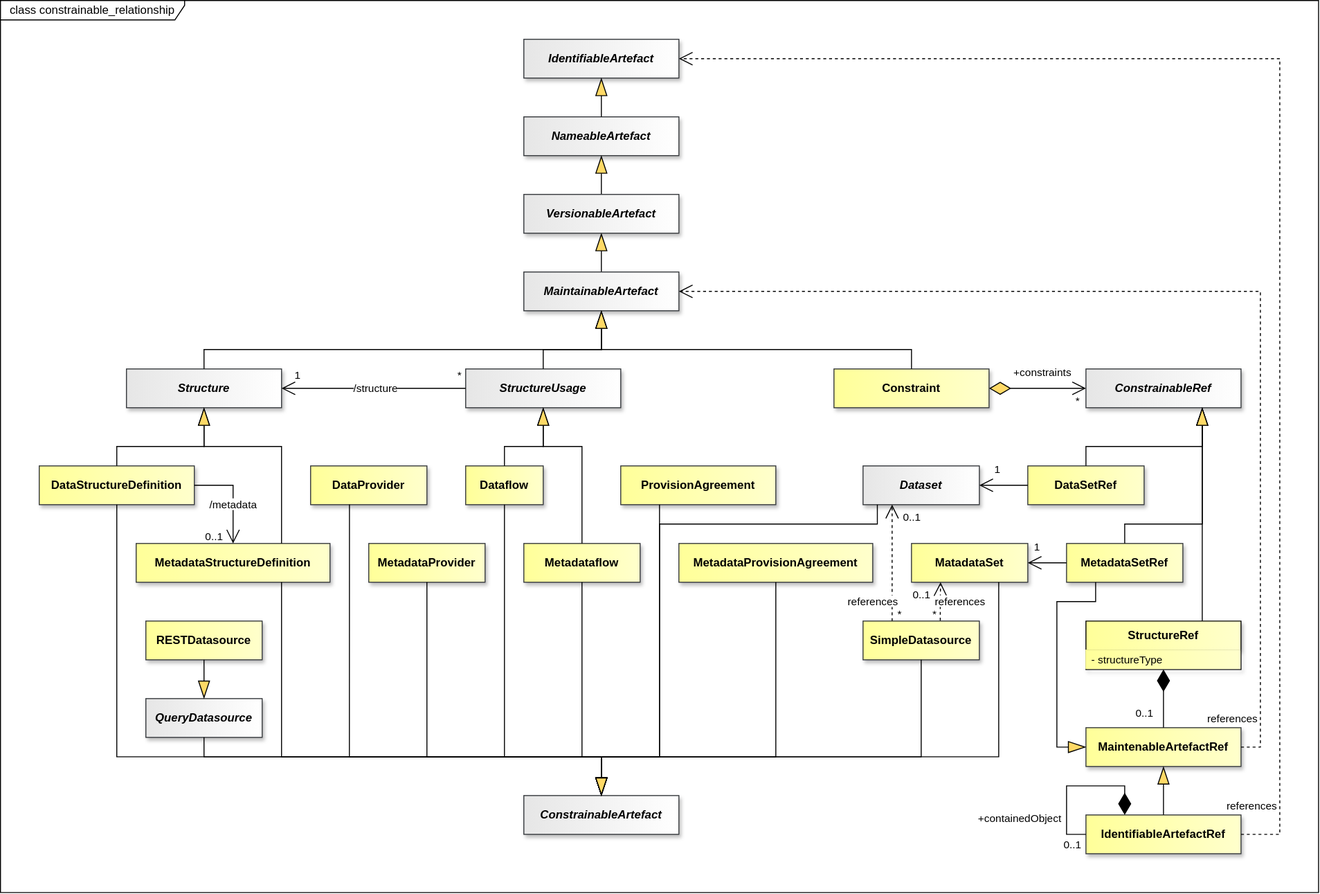
Earlier version of the draw.io export docs/logical_interfaces/media/sdmx_registry-constrainable_relationship.svg (sdmx-twg/sdmx-im). Source tidied: cells renumbered, new cells last; positions are measured from the earlier drawing's top-left corner, leaving out a move shared by most shapes.
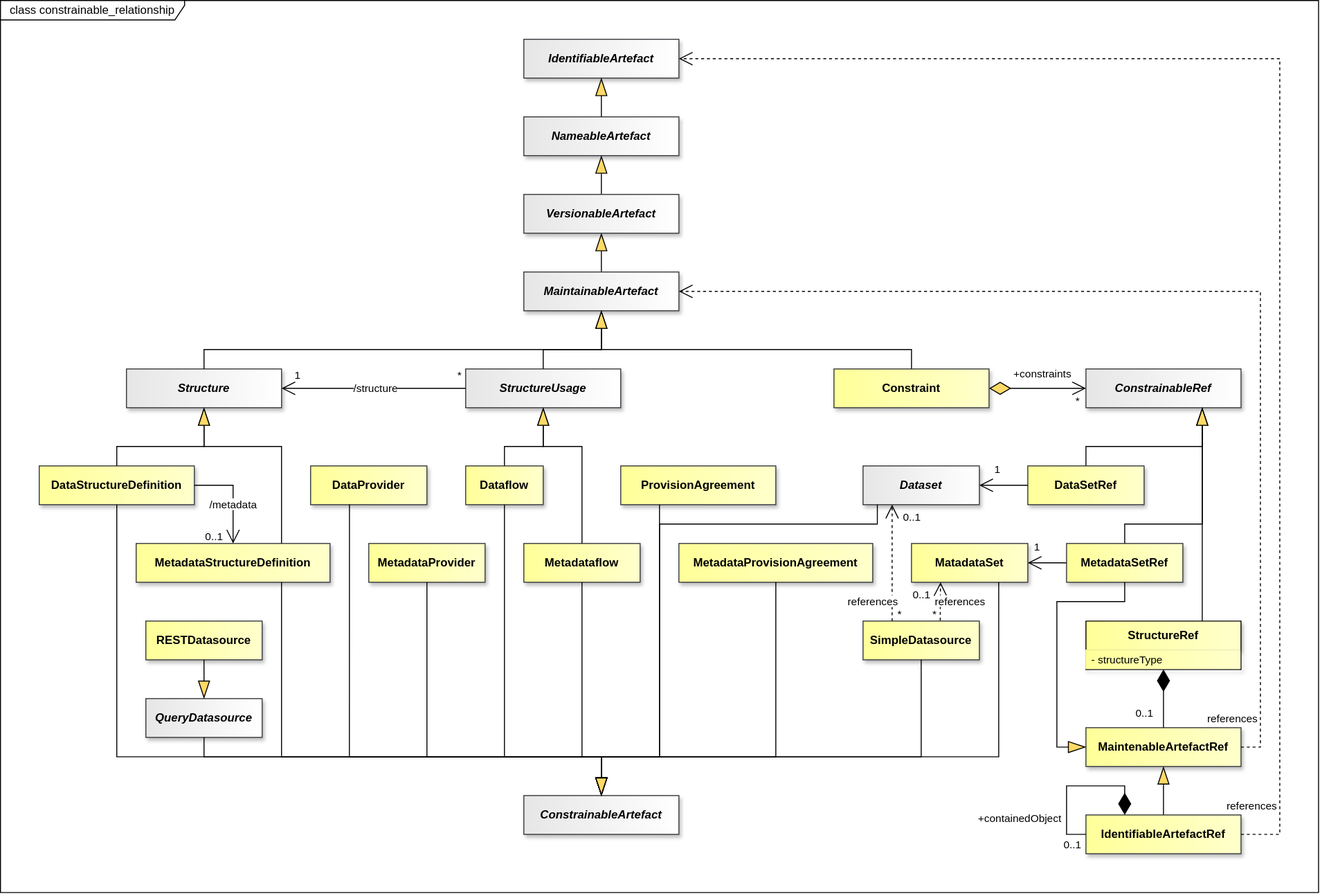
The same file after the commit.

Diff of the diagram source:
```diff
@@ -535,10 +535,10 @@
         <mxPoint x="-4" y="12" as="offset" />
       </mxGeometry>
     </mxCell>
-    <mxCell id="131" style="endArrow=blockThin;endSize=16;endFill=1;html=1;rounded=0;entryX=0;entryY=0.5;entryDx=0;entryDy=0;exitX=0.25;exitY=1;exitDx=0;exitDy=0;startFill=0;endFillColor=light-dark(#FFD966,#FFD966);strokeColor=light-dark(#000000,#FFFFFF);startFillColor=light-dark(#000000,#FFFFFF);labelBackgroundColor=none;labelBorderColor=light-dark(#000000,#FFFFFF);" parent="1" edge="1" source="104" target="108">
-      <mxGeometry relative="1" as="geometry">
+    <mxCell id="131" style="endArrow=blockThin;endSize=16;endFill=1;html=1;rounded=0;entryX=0;entryY=0.5;entryDx=0;entryDy=0;exitX=0.5;exitY=1;exitDx=0;exitDy=0;startFill=0;endFillColor=light-dark(#FFD966,#FFD966);strokeColor=light-dark(#000000,#FFFFFF);startFillColor=light-dark(#000000,#FFFFFF);labelBackgroundColor=none;labelBorderColor=light-dark(#000000,#FFFFFF);" parent="1" edge="1" source="104" target="108">
+      <mxGeometry x="0.11" relative="1" as="geometry">
         <Array as="points">
-          <mxPoint x="1130" y="620" />
+          <mxPoint x="1160" y="620" />
           <mxPoint x="1090" y="620" />
           <mxPoint x="1090" y="770" />
         </Array>
```
